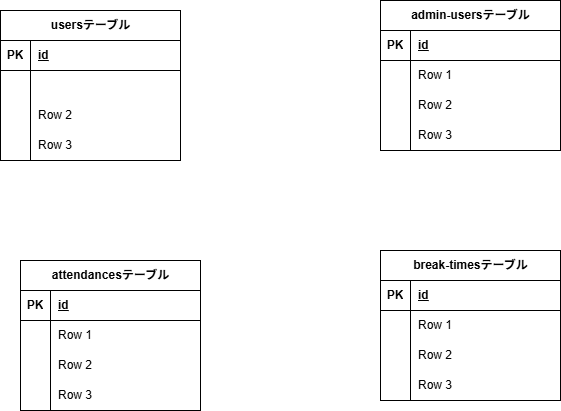
This is .drawio.png from miho-85-ux/TimeandAttendanceManagement, a draw.io export, as it was before one commit. Source tidied: cells renumbered, new cells last; positions are measured from the earlier drawing's top-left corner, leaving out a move shared by most shapes.
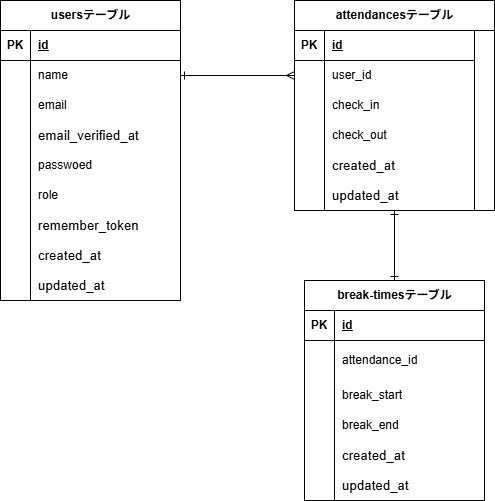
After the commit.

The edit, as a diff of the source:
```diff
@@ -3,7 +3,7 @@
     <mxCell id="0" />
     <mxCell id="1" parent="0" />
     <mxCell id="2" value="usersテーブル" style="shape=table;startSize=30;rowLines=0;fontStyle=1;align=center;html=1;" parent="1" vertex="1">
-      <mxGeometry y="10" width="180" height="150" as="geometry" />
+      <mxGeometry x="20" y="40" width="180" height="300" as="geometry" />
     </mxCell>
     <mxCell id="3" style="shape=tableRow;horizontal=0;startSize=0;swimlaneHead=0;swimlaneBody=0;fillColor=none;top=0;left=0;right=0;bottom=1;" parent="2" vertex="1">
       <mxGeometry y="30" width="180" height="30" as="geometry" />
@@ -20,7 +20,7 @@
     <mxCell id="7" style="shape=partialRectangle;fillColor=none;top=0;left=0;bottom=0;right=0;overflow=hidden;whiteSpace=wrap;html=1;" parent="6" vertex="1">
       <mxGeometry width="30" height="30" as="geometry" />
     </mxCell>
-    <mxCell id="8" style="shape=partialRectangle;fillColor=none;top=0;left=0;bottom=0;right=0;align=left;spacingLeft=6;overflow=hidden;whiteSpace=wrap;html=1;" parent="6" vertex="1">
+    <mxCell id="8" value="name" style="shape=partialRectangle;fillColor=none;top=0;left=0;bottom=0;right=0;align=left;spacingLeft=6;overflow=hidden;whiteSpace=wrap;html=1;" parent="6" vertex="1">
       <mxGeometry x="30" width="150" height="30" as="geometry" />
     </mxCell>
     <mxCell id="9" style="shape=tableRow;horizontal=0;startSize=0;swimlaneHead=0;swimlaneBody=0;fillColor=none;top=0;left=0;right=0;bottom=0;" parent="2" vertex="1">
@@ -29,7 +29,7 @@
     <mxCell id="10" style="shape=partialRectangle;fillColor=none;top=0;left=0;bottom=0;right=0;overflow=hidden;whiteSpace=wrap;html=1;" parent="9" vertex="1">
       <mxGeometry width="30" height="30" as="geometry" />
     </mxCell>
-    <mxCell id="11" value="Row 2" style="shape=partialRectangle;fillColor=none;top=0;left=0;bottom=0;right=0;align=left;spacingLeft=6;overflow=hidden;whiteSpace=wrap;html=1;" parent="9" vertex="1">
+    <mxCell id="11" value="email" style="shape=partialRectangle;fillColor=none;top=0;left=0;bottom=0;right=0;align=left;spacingLeft=6;overflow=hidden;whiteSpace=wrap;html=1;" parent="9" vertex="1">
       <mxGeometry x="30" width="150" height="30" as="geometry" />
     </mxCell>
     <mxCell id="12" style="shape=tableRow;horizontal=0;startSize=0;swimlaneHead=0;swimlaneBody=0;fillColor=none;top=0;left=0;right=0;bottom=0;" parent="2" vertex="1">
@@ -38,50 +38,59 @@
     <mxCell id="13" style="shape=partialRectangle;fillColor=none;top=0;left=0;bottom=0;right=0;overflow=hidden;whiteSpace=wrap;html=1;" parent="12" vertex="1">
       <mxGeometry width="30" height="30" as="geometry" />
     </mxCell>
-    <mxCell id="14" value="Row 3" style="shape=partialRectangle;fillColor=none;top=0;left=0;bottom=0;right=0;align=left;spacingLeft=6;overflow=hidden;whiteSpace=wrap;html=1;" parent="12" vertex="1">
+    <mxCell id="14" value="&lt;span style=&quot;color: rgb(0, 0, 0); font-family: Arial; font-size: 13.3333px;&quot;&gt;email_verified_at&lt;/span&gt;" style="shape=partialRectangle;fillColor=none;top=0;left=0;bottom=0;right=0;align=left;spacingLeft=6;overflow=hidden;whiteSpace=wrap;html=1;" parent="12" vertex="1">
       <mxGeometry x="30" width="150" height="30" as="geometry" />
     </mxCell>
-    <mxCell id="15" value="admin-usersテーブル" style="shape=table;startSize=30;rowLines=0;fontStyle=1;align=center;html=1;" parent="1" vertex="1">
-      <mxGeometry x="380" width="180" height="150" as="geometry" />
-    </mxCell>
-    <mxCell id="16" style="shape=tableRow;horizontal=0;startSize=0;swimlaneHead=0;swimlaneBody=0;fillColor=none;top=0;left=0;right=0;bottom=1;" parent="15" vertex="1">
-      <mxGeometry y="30" width="180" height="30" as="geometry" />
-    </mxCell>
-    <mxCell id="17" value="PK" style="shape=partialRectangle;fillColor=none;top=0;left=0;bottom=0;right=0;fontStyle=1;overflow=hidden;whiteSpace=wrap;html=1;" parent="16" vertex="1">
-      <mxGeometry width="30" height="30" as="geometry" />
-    </mxCell>
-    <mxCell id="18" value="id" style="shape=partialRectangle;fillColor=none;top=0;left=0;bottom=0;right=0;align=left;spacingLeft=6;fontStyle=5;overflow=hidden;whiteSpace=wrap;html=1;" parent="16" vertex="1">
-      <mxGeometry x="30" width="150" height="30" as="geometry" />
-    </mxCell>
-    <mxCell id="19" style="shape=tableRow;horizontal=0;startSize=0;swimlaneHead=0;swimlaneBody=0;fillColor=none;top=0;left=0;right=0;bottom=0;" parent="15" vertex="1">
-      <mxGeometry y="60" width="180" height="30" as="geometry" />
-    </mxCell>
-    <mxCell id="20" style="shape=partialRectangle;fillColor=none;top=0;left=0;bottom=0;right=0;overflow=hidden;whiteSpace=wrap;html=1;" parent="19" vertex="1">
-      <mxGeometry width="30" height="30" as="geometry" />
-    </mxCell>
-    <mxCell id="21" value="Row 1" style="shape=partialRectangle;fillColor=none;top=0;left=0;bottom=0;right=0;align=left;spacingLeft=6;overflow=hidden;whiteSpace=wrap;html=1;" parent="19" vertex="1">
-      <mxGeometry x="30" width="150" height="30" as="geometry" />
-    </mxCell>
-    <mxCell id="22" style="shape=tableRow;horizontal=0;startSize=0;swimlaneHead=0;swimlaneBody=0;fillColor=none;top=0;left=0;right=0;bottom=0;" parent="15" vertex="1">
-      <mxGeometry y="90" width="180" height="30" as="geometry" />
-    </mxCell>
-    <mxCell id="23" style="shape=partialRectangle;fillColor=none;top=0;left=0;bottom=0;right=0;overflow=hidden;whiteSpace=wrap;html=1;" parent="22" vertex="1">
-      <mxGeometry width="30" height="30" as="geometry" />
-    </mxCell>
-    <mxCell id="24" value="Row 2" style="shape=partialRectangle;fillColor=none;top=0;left=0;bottom=0;right=0;align=left;spacingLeft=6;overflow=hidden;whiteSpace=wrap;html=1;" parent="22" vertex="1">
-      <mxGeometry x="30" width="150" height="30" as="geometry" />
-    </mxCell>
-    <mxCell id="25" style="shape=tableRow;horizontal=0;startSize=0;swimlaneHead=0;swimlaneBody=0;fillColor=none;top=0;left=0;right=0;bottom=0;" parent="15" vertex="1">
-      <mxGeometry y="120" width="180" height="30" as="geometry" />
-    </mxCell>
-    <mxCell id="26" style="shape=partialRectangle;fillColor=none;top=0;left=0;bottom=0;right=0;overflow=hidden;whiteSpace=wrap;html=1;" parent="25" vertex="1">
-      <mxGeometry width="30" height="30" as="geometry" />
-    </mxCell>
-    <mxCell id="27" value="Row 3" style="shape=partialRectangle;fillColor=none;top=0;left=0;bottom=0;right=0;align=left;spacingLeft=6;overflow=hidden;whiteSpace=wrap;html=1;" parent="25" vertex="1">
-      <mxGeometry x="30" width="150" height="30" as="geometry" />
-    </mxCell>
+    <mxCell id="54" style="shape=tableRow;horizontal=0;startSize=0;swimlaneHead=0;swimlaneBody=0;fillColor=none;top=0;left=0;right=0;bottom=0;" parent="2" vertex="1">
+      <mxGeometry y="150" width="180" height="30" as="geometry" />
+    </mxCell>
+    <mxCell id="55" style="shape=partialRectangle;fillColor=none;top=0;left=0;bottom=0;right=0;overflow=hidden;whiteSpace=wrap;html=1;" parent="54" vertex="1">
+      <mxGeometry width="30" height="30" as="geometry" />
+    </mxCell>
+    <mxCell id="56" value="&lt;span style=&quot;color: rgb(0, 0, 0);&quot;&gt;passwoed&lt;/span&gt;" style="shape=partialRectangle;fillColor=none;top=0;left=0;bottom=0;right=0;align=left;spacingLeft=6;overflow=hidden;whiteSpace=wrap;html=1;" parent="54" vertex="1">
+      <mxGeometry x="30" width="150" height="30" as="geometry" />
+    </mxCell>
+    <mxCell id="57" style="shape=tableRow;horizontal=0;startSize=0;swimlaneHead=0;swimlaneBody=0;fillColor=none;top=0;left=0;right=0;bottom=0;" parent="2" vertex="1">
+      <mxGeometry y="180" width="180" height="30" as="geometry" />
+    </mxCell>
+    <mxCell id="58" style="shape=partialRectangle;fillColor=none;top=0;left=0;bottom=0;right=0;overflow=hidden;whiteSpace=wrap;html=1;" parent="57" vertex="1">
+      <mxGeometry width="30" height="30" as="geometry" />
+    </mxCell>
+    <mxCell id="59" value="role" style="shape=partialRectangle;fillColor=none;top=0;left=0;bottom=0;right=0;align=left;spacingLeft=6;overflow=hidden;whiteSpace=wrap;html=1;" parent="57" vertex="1">
+      <mxGeometry x="30" width="150" height="30" as="geometry" />
+    </mxCell>
+    <mxCell id="60" style="shape=tableRow;horizontal=0;startSize=0;swimlaneHead=0;swimlaneBody=0;fillColor=none;top=0;left=0;right=0;bottom=0;" parent="2" vertex="1">
+      <mxGeometry y="210" width="180" height="30" as="geometry" />
+    </mxCell>
+    <mxCell id="61" style="shape=partialRectangle;fillColor=none;top=0;left=0;bottom=0;right=0;overflow=hidden;whiteSpace=wrap;html=1;" parent="60" vertex="1">
+      <mxGeometry width="30" height="30" as="geometry" />
+    </mxCell>
+    <mxCell id="62" value="&lt;span style=&quot;color: rgb(0, 0, 0); font-family: Arial; font-size: 13.3333px;&quot;&gt;remember_token&lt;/span&gt;" style="shape=partialRectangle;fillColor=none;top=0;left=0;bottom=0;right=0;align=left;spacingLeft=6;overflow=hidden;whiteSpace=wrap;html=1;" parent="60" vertex="1">
+      <mxGeometry x="30" width="150" height="30" as="geometry" />
+    </mxCell>
+    <mxCell id="63" style="shape=tableRow;horizontal=0;startSize=0;swimlaneHead=0;swimlaneBody=0;fillColor=none;top=0;left=0;right=0;bottom=0;" parent="2" vertex="1">
+      <mxGeometry y="240" width="180" height="30" as="geometry" />
+    </mxCell>
+    <mxCell id="64" style="shape=partialRectangle;fillColor=none;top=0;left=0;bottom=0;right=0;overflow=hidden;whiteSpace=wrap;html=1;" parent="63" vertex="1">
+      <mxGeometry width="30" height="30" as="geometry" />
+    </mxCell>
+    <mxCell id="65" value="&lt;span style=&quot;color: rgb(0, 0, 0); font-family: Arial; font-size: 13.3333px;&quot;&gt;created_at&lt;/span&gt;" style="shape=partialRectangle;fillColor=none;top=0;left=0;bottom=0;right=0;align=left;spacingLeft=6;overflow=hidden;whiteSpace=wrap;html=1;" parent="63" vertex="1">
+      <mxGeometry x="30" width="150" height="30" as="geometry" />
+    </mxCell>
+    <mxCell id="66" style="shape=tableRow;horizontal=0;startSize=0;swimlaneHead=0;swimlaneBody=0;fillColor=none;top=0;left=0;right=0;bottom=0;" parent="2" vertex="1">
+      <mxGeometry y="270" width="180" height="30" as="geometry" />
+    </mxCell>
+    <mxCell id="67" style="shape=partialRectangle;fillColor=none;top=0;left=0;bottom=0;right=0;overflow=hidden;whiteSpace=wrap;html=1;" parent="66" vertex="1">
+      <mxGeometry width="30" height="30" as="geometry" />
+    </mxCell>
+    <mxCell id="68" value="&lt;span style=&quot;color: rgb(0, 0, 0); font-family: Arial; font-size: 13.3333px;&quot;&gt;updated_at&lt;/span&gt;" style="shape=partialRectangle;fillColor=none;top=0;left=0;bottom=0;right=0;align=left;spacingLeft=6;overflow=hidden;whiteSpace=wrap;html=1;" parent="66" vertex="1">
+      <mxGeometry x="30" width="150" height="30" as="geometry" />
+    </mxCell>
+    <mxCell id="69" style="edgeStyle=none;html=1;entryX=0.5;entryY=0;entryDx=0;entryDy=0;endArrow=ERone;endFill=0;startArrow=ERone;startFill=0;" parent="1" edge="1" source="28" target="41">
+      <mxGeometry relative="1" as="geometry" />
+    </mxCell>
     <mxCell id="28" value="attendancesテーブル" style="shape=table;startSize=30;rowLines=0;fontStyle=1;align=center;html=1;" parent="1" vertex="1">
-      <mxGeometry x="20" y="260" width="180" height="150" as="geometry" />
+      <mxGeometry x="314" y="40" width="200" height="210" as="geometry" />
     </mxCell>
     <mxCell id="29" style="shape=tableRow;horizontal=0;startSize=0;swimlaneHead=0;swimlaneBody=0;fillColor=none;top=0;left=0;right=0;bottom=1;" parent="28" vertex="1">
       <mxGeometry y="30" width="180" height="30" as="geometry" />
@@ -98,7 +107,7 @@
     <mxCell id="33" style="shape=partialRectangle;fillColor=none;top=0;left=0;bottom=0;right=0;overflow=hidden;whiteSpace=wrap;html=1;" parent="32" vertex="1">
       <mxGeometry width="30" height="30" as="geometry" />
     </mxCell>
-    <mxCell id="34" value="Row 1" style="shape=partialRectangle;fillColor=none;top=0;left=0;bottom=0;right=0;align=left;spacingLeft=6;overflow=hidden;whiteSpace=wrap;html=1;" parent="32" vertex="1">
+    <mxCell id="34" value="user_id" style="shape=partialRectangle;fillColor=none;top=0;left=0;bottom=0;right=0;align=left;spacingLeft=6;overflow=hidden;whiteSpace=wrap;html=1;" parent="32" vertex="1">
       <mxGeometry x="30" width="150" height="30" as="geometry" />
     </mxCell>
     <mxCell id="35" style="shape=tableRow;horizontal=0;startSize=0;swimlaneHead=0;swimlaneBody=0;fillColor=none;top=0;left=0;right=0;bottom=0;" parent="28" vertex="1">
@@ -107,7 +116,7 @@
     <mxCell id="36" style="shape=partialRectangle;fillColor=none;top=0;left=0;bottom=0;right=0;overflow=hidden;whiteSpace=wrap;html=1;" parent="35" vertex="1">
       <mxGeometry width="30" height="30" as="geometry" />
     </mxCell>
-    <mxCell id="37" value="Row 2" style="shape=partialRectangle;fillColor=none;top=0;left=0;bottom=0;right=0;align=left;spacingLeft=6;overflow=hidden;whiteSpace=wrap;html=1;" parent="35" vertex="1">
+    <mxCell id="37" value="check_in" style="shape=partialRectangle;fillColor=none;top=0;left=0;bottom=0;right=0;align=left;spacingLeft=6;overflow=hidden;whiteSpace=wrap;html=1;" parent="35" vertex="1">
       <mxGeometry x="30" width="150" height="30" as="geometry" />
     </mxCell>
     <mxCell id="38" style="shape=tableRow;horizontal=0;startSize=0;swimlaneHead=0;swimlaneBody=0;fillColor=none;top=0;left=0;right=0;bottom=0;" parent="28" vertex="1">
@@ -116,11 +125,32 @@
     <mxCell id="39" style="shape=partialRectangle;fillColor=none;top=0;left=0;bottom=0;right=0;overflow=hidden;whiteSpace=wrap;html=1;" parent="38" vertex="1">
       <mxGeometry width="30" height="30" as="geometry" />
     </mxCell>
-    <mxCell id="40" value="Row 3" style="shape=partialRectangle;fillColor=none;top=0;left=0;bottom=0;right=0;align=left;spacingLeft=6;overflow=hidden;whiteSpace=wrap;html=1;" parent="38" vertex="1">
+    <mxCell id="40" value="check_out" style="shape=partialRectangle;fillColor=none;top=0;left=0;bottom=0;right=0;align=left;spacingLeft=6;overflow=hidden;whiteSpace=wrap;html=1;" parent="38" vertex="1">
       <mxGeometry x="30" width="150" height="30" as="geometry" />
     </mxCell>
+    <mxCell id="70" style="shape=tableRow;horizontal=0;startSize=0;swimlaneHead=0;swimlaneBody=0;fillColor=none;top=0;left=0;right=0;bottom=0;" parent="28" vertex="1">
+      <mxGeometry y="150" width="180" height="30" as="geometry" />
+    </mxCell>
+    <mxCell id="71" style="shape=partialRectangle;fillColor=none;top=0;left=0;bottom=0;right=0;overflow=hidden;whiteSpace=wrap;html=1;" parent="70" vertex="1">
+      <mxGeometry width="30" height="30" as="geometry" />
+    </mxCell>
+    <mxCell id="72" value="&lt;span style=&quot;color: rgb(0, 0, 0); font-family: Arial; font-size: 13.3333px;&quot;&gt;created_at&lt;/span&gt;" style="shape=partialRectangle;fillColor=none;top=0;left=0;bottom=0;right=0;align=left;spacingLeft=6;overflow=hidden;whiteSpace=wrap;html=1;" parent="70" vertex="1">
+      <mxGeometry x="30" width="150" height="30" as="geometry" />
+    </mxCell>
+    <mxCell id="73" style="shape=tableRow;horizontal=0;startSize=0;swimlaneHead=0;swimlaneBody=0;fillColor=none;top=0;left=0;right=0;bottom=0;" parent="28" vertex="1">
+      <mxGeometry y="180" width="180" height="30" as="geometry" />
+    </mxCell>
+    <mxCell id="74" style="shape=partialRectangle;fillColor=none;top=0;left=0;bottom=0;right=0;overflow=hidden;whiteSpace=wrap;html=1;" parent="73" vertex="1">
+      <mxGeometry width="30" height="30" as="geometry" />
+    </mxCell>
+    <mxCell id="75" value="&lt;span style=&quot;color: rgb(0, 0, 0); font-family: Arial; font-size: 13.3333px;&quot;&gt;updated_at&lt;/span&gt;" style="shape=partialRectangle;fillColor=none;top=0;left=0;bottom=0;right=0;align=left;spacingLeft=6;overflow=hidden;whiteSpace=wrap;html=1;" parent="73" vertex="1">
+      <mxGeometry x="30" width="150" height="30" as="geometry" />
+    </mxCell>
+    <mxCell id="76" style="whiteSpace=wrap;html=1;startSize=30;fontStyle=1;" parent="73" vertex="1">
+      <mxGeometry x="180" height="30" as="geometry" />
+    </mxCell>
     <mxCell id="41" value="break-timesテーブル" style="shape=table;startSize=30;rowLines=0;fontStyle=1;align=center;html=1;" parent="1" vertex="1">
-      <mxGeometry x="380" y="250" width="180" height="150" as="geometry" />
+      <mxGeometry x="324" y="320" width="180" height="220" as="geometry" />
     </mxCell>
     <mxCell id="42" style="shape=tableRow;horizontal=0;startSize=0;swimlaneHead=0;swimlaneBody=0;fillColor=none;top=0;left=0;right=0;bottom=1;" parent="41" vertex="1">
       <mxGeometry y="30" width="180" height="30" as="geometry" />
@@ -132,31 +162,52 @@
       <mxGeometry x="30" width="150" height="30" as="geometry" />
     </mxCell>
     <mxCell id="45" style="shape=tableRow;horizontal=0;startSize=0;swimlaneHead=0;swimlaneBody=0;fillColor=none;top=0;left=0;right=0;bottom=0;" parent="41" vertex="1">
-      <mxGeometry y="60" width="180" height="30" as="geometry" />
+      <mxGeometry y="60" width="180" height="40" as="geometry" />
     </mxCell>
     <mxCell id="46" style="shape=partialRectangle;fillColor=none;top=0;left=0;bottom=0;right=0;overflow=hidden;whiteSpace=wrap;html=1;" parent="45" vertex="1">
-      <mxGeometry width="30" height="30" as="geometry" />
+      <mxGeometry width="30" height="40" as="geometry" />
     </mxCell>
-    <mxCell id="47" value="Row 1" style="shape=partialRectangle;fillColor=none;top=0;left=0;bottom=0;right=0;align=left;spacingLeft=6;overflow=hidden;whiteSpace=wrap;html=1;" parent="45" vertex="1">
-      <mxGeometry x="30" width="150" height="30" as="geometry" />
+    <mxCell id="47" value="attendance_id" style="shape=partialRectangle;fillColor=none;top=0;left=0;bottom=0;right=0;align=left;spacingLeft=6;overflow=hidden;whiteSpace=wrap;html=1;" parent="45" vertex="1">
+      <mxGeometry x="30" width="150" height="40" as="geometry" />
     </mxCell>
     <mxCell id="48" style="shape=tableRow;horizontal=0;startSize=0;swimlaneHead=0;swimlaneBody=0;fillColor=none;top=0;left=0;right=0;bottom=0;" parent="41" vertex="1">
-      <mxGeometry y="90" width="180" height="30" as="geometry" />
+      <mxGeometry y="100" width="180" height="30" as="geometry" />
     </mxCell>
     <mxCell id="49" style="shape=partialRectangle;fillColor=none;top=0;left=0;bottom=0;right=0;overflow=hidden;whiteSpace=wrap;html=1;" parent="48" vertex="1">
       <mxGeometry width="30" height="30" as="geometry" />
     </mxCell>
-    <mxCell id="50" value="Row 2" style="shape=partialRectangle;fillColor=none;top=0;left=0;bottom=0;right=0;align=left;spacingLeft=6;overflow=hidden;whiteSpace=wrap;html=1;" parent="48" vertex="1">
+    <mxCell id="50" value="break_start" style="shape=partialRectangle;fillColor=none;top=0;left=0;bottom=0;right=0;align=left;spacingLeft=6;overflow=hidden;whiteSpace=wrap;html=1;" parent="48" vertex="1">
       <mxGeometry x="30" width="150" height="30" as="geometry" />
     </mxCell>
     <mxCell id="51" style="shape=tableRow;horizontal=0;startSize=0;swimlaneHead=0;swimlaneBody=0;fillColor=none;top=0;left=0;right=0;bottom=0;" parent="41" vertex="1">
-      <mxGeometry y="120" width="180" height="30" as="geometry" />
+      <mxGeometry y="130" width="180" height="30" as="geometry" />
     </mxCell>
     <mxCell id="52" style="shape=partialRectangle;fillColor=none;top=0;left=0;bottom=0;right=0;overflow=hidden;whiteSpace=wrap;html=1;" parent="51" vertex="1">
       <mxGeometry width="30" height="30" as="geometry" />
     </mxCell>
-    <mxCell id="53" value="Row 3" style="shape=partialRectangle;fillColor=none;top=0;left=0;bottom=0;right=0;align=left;spacingLeft=6;overflow=hidden;whiteSpace=wrap;html=1;" parent="51" vertex="1">
+    <mxCell id="53" value="break_end" style="shape=partialRectangle;fillColor=none;top=0;left=0;bottom=0;right=0;align=left;spacingLeft=6;overflow=hidden;whiteSpace=wrap;html=1;" parent="51" vertex="1">
       <mxGeometry x="30" width="150" height="30" as="geometry" />
     </mxCell>
+    <mxCell id="77" style="shape=tableRow;horizontal=0;startSize=0;swimlaneHead=0;swimlaneBody=0;fillColor=none;top=0;left=0;right=0;bottom=0;" parent="41" vertex="1">
+      <mxGeometry y="160" width="180" height="30" as="geometry" />
+    </mxCell>
+    <mxCell id="78" style="shape=partialRectangle;fillColor=none;top=0;left=0;bottom=0;right=0;overflow=hidden;whiteSpace=wrap;html=1;" parent="77" vertex="1">
+      <mxGeometry width="30" height="30" as="geometry" />
+    </mxCell>
+    <mxCell id="79" value="&lt;span style=&quot;color: rgb(0, 0, 0); font-family: Arial; font-size: 13.3333px;&quot;&gt;created_at&lt;/span&gt;" style="shape=partialRectangle;fillColor=none;top=0;left=0;bottom=0;right=0;align=left;spacingLeft=6;overflow=hidden;whiteSpace=wrap;html=1;" parent="77" vertex="1">
+      <mxGeometry x="30" width="150" height="30" as="geometry" />
+    </mxCell>
+    <mxCell id="80" style="shape=tableRow;horizontal=0;startSize=0;swimlaneHead=0;swimlaneBody=0;fillColor=none;top=0;left=0;right=0;bottom=0;" parent="41" vertex="1">
+      <mxGeometry y="190" width="180" height="30" as="geometry" />
+    </mxCell>
+    <mxCell id="81" style="shape=partialRectangle;fillColor=none;top=0;left=0;bottom=0;right=0;overflow=hidden;whiteSpace=wrap;html=1;" parent="80" vertex="1">
+      <mxGeometry width="30" height="30" as="geometry" />
+    </mxCell>
+    <mxCell id="82" value="&lt;span style=&quot;color: rgb(0, 0, 0); font-family: Arial; font-size: 13.3333px;&quot;&gt;updated_at&lt;/span&gt;" style="shape=partialRectangle;fillColor=none;top=0;left=0;bottom=0;right=0;align=left;spacingLeft=6;overflow=hidden;whiteSpace=wrap;html=1;" parent="80" vertex="1">
+      <mxGeometry x="30" width="150" height="30" as="geometry" />
+    </mxCell>
+    <mxCell id="83" style="edgeStyle=none;html=1;exitX=1;exitY=0.5;exitDx=0;exitDy=0;entryX=0;entryY=0.5;entryDx=0;entryDy=0;endArrow=ERmany;endFill=0;startArrow=ERone;startFill=0;" parent="1" edge="1" source="6" target="32">
+      <mxGeometry relative="1" as="geometry" />
+    </mxCell>
   </root>
 </mxGraphModel>
```
